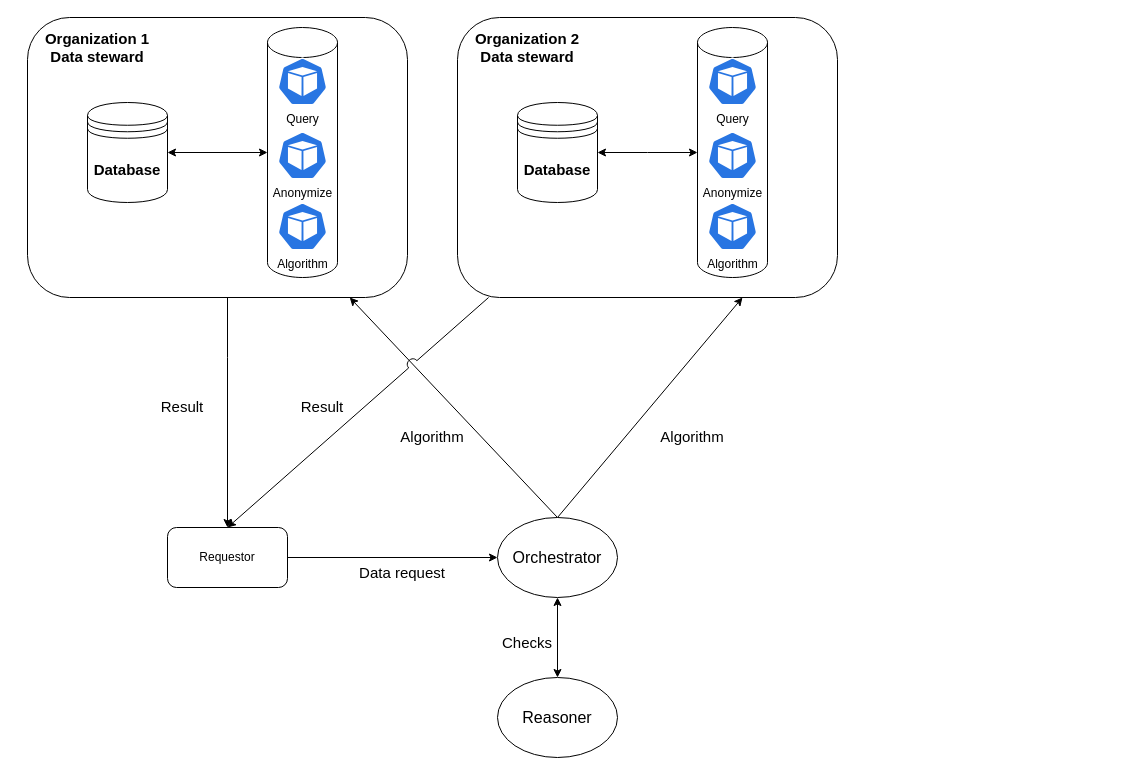
This is docs/drawio/recompose-poster/scenario1.drawio from Jorrit05/DYNAMOS, a draw.io file, before an edit. Source tidied: cells renumbered, new cells numbered last; positions are measured from the earlier drawing's top-left corner, leaving out a move shared by most shapes. Both pictures are drawn from the tidied source at 100%, with x=0, y=0 at pixel (27, 17).
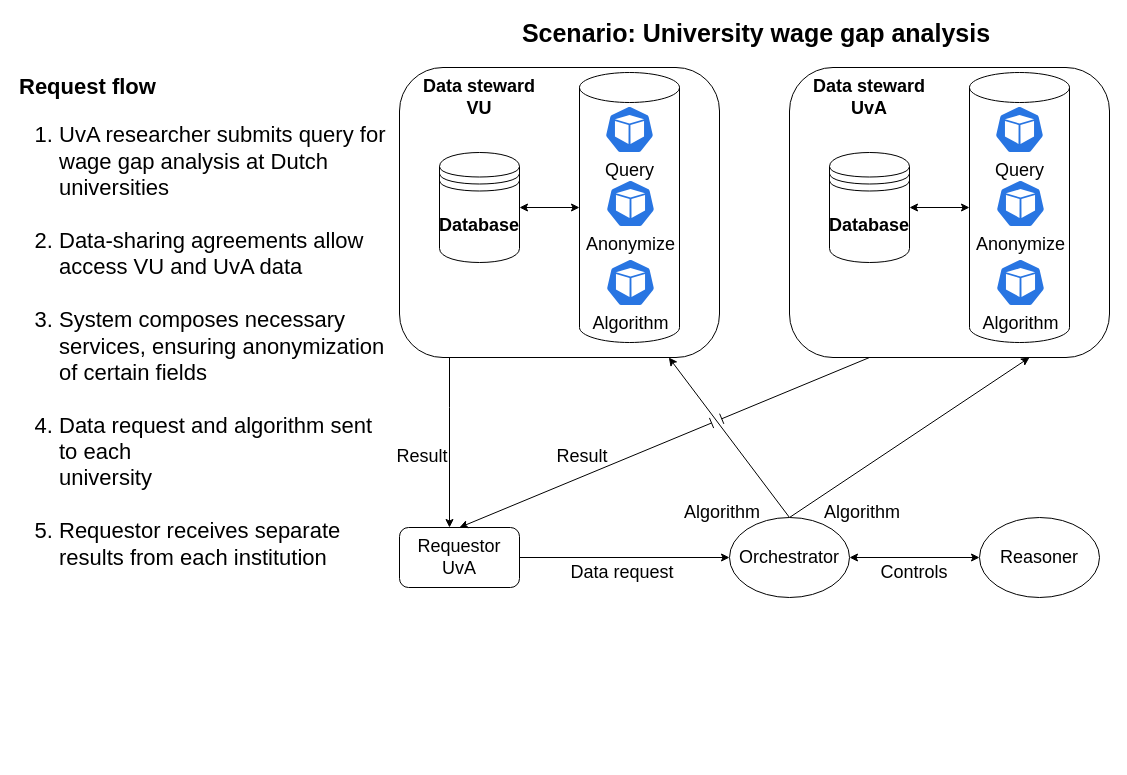
After the change.

The edit, as a diff of the source:
```diff
@@
-    <mxCell id="2" style="edgeStyle=orthogonalEdgeStyle;rounded=0;jettySize=auto;html=1;" parent="1" edge="1" source="3" target="6">
+    <mxCell id="2" style="edgeStyle=orthogonalEdgeStyle;rounded=0;jettySize=auto;html=1;fontSize=18;" parent="1" edge="1" source="3" target="6">
       <mxGeometry relative="1" as="geometry">
         <Array as="points">
-          <mxPoint x="200" y="340" />
-          <mxPoint x="200" y="340" />
+          <mxPoint x="422" y="390" />
+          <mxPoint x="422" y="390" />
         </Array>
       </mxGeometry>
     </mxCell>
-    <mxCell id="3" style="rounded=1;whiteSpace=wrap;html=1;" parent="1" vertex="1">
-      <mxGeometry width="380" height="280" as="geometry" />
-    </mxCell>
-    <mxCell id="4" style="shape=cylinder3;whiteSpace=wrap;html=1;boundedLbl=1;backgroundOutline=1;size=15;" parent="1" vertex="1">
-      <mxGeometry x="240" y="10" width="70" height="250" as="geometry" />
-    </mxCell>
-    <mxCell id="5" style="edgeStyle=orthogonalEdgeStyle;rounded=0;jettySize=auto;html=1;entryX=0;entryY=0.5;entryDx=0;entryDy=0;" parent="1" edge="1" source="6" target="15">
+    <mxCell id="5" style="edgeStyle=orthogonalEdgeStyle;rounded=0;jettySize=auto;html=1;entryX=0;entryY=0.5;entryDx=0;entryDy=0;fontSize=18;" parent="1" edge="1" source="6" target="15">
       <mxGeometry relative="1" as="geometry" />
     </mxCell>
-    <mxCell id="6" value="Requestor" style="rounded=1;whiteSpace=wrap;html=1;" parent="1" vertex="1">
-      <mxGeometry x="140" y="510" width="120" height="60" as="geometry" />
+    <mxCell id="6" value="Requestor&lt;br&gt;UvA" style="rounded=1;whiteSpace=wrap;html=1;fontSize=18;" parent="1" vertex="1">
+      <mxGeometry x="372" y="510" width="120" height="60" as="geometry" />
     </mxCell>
-    <mxCell id="7" value="&lt;b style=&quot;font-size: 15px;&quot;&gt;Organization 1&lt;br&gt;Data steward&lt;/b&gt;" style="text;html=1;strokeColor=none;fillColor=none;align=center;verticalAlign=middle;whiteSpace=wrap;rounded=0;" parent="1" vertex="1">
-      <mxGeometry x="10" y="10" width="120" height="40" as="geometry" />
-    </mxCell>
-    <mxCell id="8" value="Query" style="sketch=0;html=1;dashed=0;whitespace=wrap;fillColor=#2875E2;strokeColor=#ffffff;verticalLabelPosition=bottom;align=center;verticalAlign=top;shape=mxgraph.kubernetes.icon;prIcon=pod;" parent="1" vertex="1">
-      <mxGeometry x="250" y="40" width="50" height="48" as="geometry" />
-    </mxCell>
-    <mxCell id="9" value="Anonymize" style="sketch=0;html=1;dashed=0;whitespace=wrap;fillColor=#2875E2;strokeColor=#ffffff;verticalLabelPosition=bottom;align=center;verticalAlign=top;shape=mxgraph.kubernetes.icon;prIcon=pod;" parent="1" vertex="1">
-      <mxGeometry x="250" y="114" width="50" height="48" as="geometry" />
-    </mxCell>
-    <mxCell id="10" style="edgeStyle=orthogonalEdgeStyle;rounded=0;jettySize=auto;html=1;startArrow=classic;startFill=1;" parent="1" edge="1" source="11" target="4">
-      <mxGeometry relative="1" as="geometry" />
-    </mxCell>
-    <mxCell id="11" value="&lt;font style=&quot;font-size: 15px;&quot;&gt;&lt;b&gt;Database&lt;/b&gt;&lt;/font&gt;" style="shape=datastore;whiteSpace=wrap;html=1;" parent="1" vertex="1">
-      <mxGeometry x="60" y="85" width="80" height="100" as="geometry" />
-    </mxCell>
-    <mxCell id="12" style="rounded=0;jettySize=auto;html=1;exitX=0.5;exitY=0;exitDx=0;exitDy=0;" parent="1" edge="1" source="15" target="3">
+    <mxCell id="12" style="rounded=0;jettySize=auto;html=1;exitX=0.5;exitY=0;exitDx=0;exitDy=0;fontSize=18;" parent="1" edge="1" source="15" target="3">
       <mxGeometry relative="1" as="geometry" />
     </mxCell>
-    <mxCell id="13" style="rounded=0;jettySize=auto;html=1;entryX=0.75;entryY=1;entryDx=0;entryDy=0;exitX=0.5;exitY=0;exitDx=0;exitDy=0;" parent="1" edge="1" source="15" target="18">
+    <mxCell id="13" style="rounded=0;jettySize=auto;html=1;exitX=0.5;exitY=0;exitDx=0;exitDy=0;fontSize=18;entryX=0.75;entryY=1;entryDx=0;entryDy=0;" parent="1" edge="1" source="15" target="36">
       <mxGeometry relative="1" as="geometry" />
     </mxCell>
-    <mxCell id="14" style="edgeStyle=orthogonalEdgeStyle;rounded=0;jettySize=auto;html=1;startArrow=classic;startFill=1;" parent="1" edge="1" source="15" target="24">
+    <mxCell id="14" style="edgeStyle=orthogonalEdgeStyle;rounded=0;jettySize=auto;html=1;startArrow=classic;startFill=1;fontSize=18;" parent="1" edge="1" source="15" target="24">
       <mxGeometry relative="1" as="geometry" />
     </mxCell>
-    <mxCell id="15" value="&lt;font style=&quot;font-size: 16px;&quot;&gt;Orchestrator&lt;/font&gt;" style="ellipse;whiteSpace=wrap;html=1;" parent="1" vertex="1">
-      <mxGeometry x="470" y="500" width="120" height="80" as="geometry" />
+    <mxCell id="15" value="&lt;font style=&quot;font-size: 18px;&quot;&gt;Orchestrator&lt;/font&gt;" style="ellipse;whiteSpace=wrap;html=1;fontSize=18;" parent="1" vertex="1">
+      <mxGeometry x="702" y="500" width="120" height="80" as="geometry" />
     </mxCell>
-    <mxCell id="16" value="&lt;font style=&quot;font-size: 15px;&quot;&gt;Data request&lt;/font&gt;" style="text;html=1;strokeColor=none;fillColor=none;align=center;verticalAlign=middle;whiteSpace=wrap;rounded=0;" parent="1" vertex="1">
-      <mxGeometry x="320" y="540" width="110" height="30" as="geometry" />
+    <mxCell id="16" value="&lt;font style=&quot;font-size: 18px;&quot;&gt;Data request&lt;/font&gt;" style="text;html=1;strokeColor=none;fillColor=none;align=center;verticalAlign=middle;whiteSpace=wrap;rounded=0;fontSize=18;" parent="1" vertex="1">
+      <mxGeometry x="540" y="540" width="110" height="30" as="geometry" />
     </mxCell>
-    <mxCell id="17" style="rounded=0;jettySize=auto;html=1;jumpStyle=arc;jumpSize=11;entryX=0.5;entryY=0;entryDx=0;entryDy=0;" parent="1" edge="1" source="18" target="6">
+    <mxCell id="17" style="rounded=0;jettySize=auto;html=1;jumpStyle=line;jumpSize=11;entryX=0.5;entryY=0;entryDx=0;entryDy=0;fontSize=18;exitX=0.25;exitY=1;exitDx=0;exitDy=0;" parent="1" edge="1" source="36" target="6">
       <mxGeometry relative="1" as="geometry" />
     </mxCell>
-    <mxCell id="18" style="rounded=1;whiteSpace=wrap;html=1;" parent="1" vertex="1">
-      <mxGeometry x="430" width="380" height="280" as="geometry" />
-    </mxCell>
-    <mxCell id="19" value="&lt;b style=&quot;font-size: 15px;&quot;&gt;Organization 2&lt;br&gt;Data steward&lt;/b&gt;" style="text;html=1;strokeColor=none;fillColor=none;align=center;verticalAlign=middle;whiteSpace=wrap;rounded=0;" parent="1" vertex="1">
-      <mxGeometry x="440" y="10" width="120" height="40" as="geometry" />
-    </mxCell>
-    <mxCell id="20" style="edgeStyle=orthogonalEdgeStyle;rounded=0;jettySize=auto;html=1;startArrow=classic;startFill=1;" parent="1" edge="1" source="21">
-      <mxGeometry relative="1" as="geometry">
-        <mxPoint x="670" y="135" as="targetPoint" />
-      </mxGeometry>
-    </mxCell>
-    <mxCell id="21" value="&lt;font style=&quot;font-size: 15px;&quot;&gt;&lt;b&gt;Database&lt;/b&gt;&lt;/font&gt;" style="shape=datastore;whiteSpace=wrap;html=1;" parent="1" vertex="1">
-      <mxGeometry x="490" y="85" width="80" height="100" as="geometry" />
-    </mxCell>
-    <mxCell id="22" value="&lt;font style=&quot;font-size: 15px;&quot;&gt;Algorithm&lt;/font&gt;" style="text;html=1;strokeColor=none;fillColor=none;align=center;verticalAlign=middle;whiteSpace=wrap;rounded=0;" parent="1" vertex="1">
-      <mxGeometry x="610" y="404" width="110" height="30" as="geometry" />
+    <mxCell id="22" value="&lt;font style=&quot;font-size: 18px;&quot;&gt;Algorithm&lt;/font&gt;" style="text;html=1;strokeColor=none;fillColor=none;align=center;verticalAlign=middle;whiteSpace=wrap;rounded=0;fontSize=18;" parent="1" vertex="1">
+      <mxGeometry x="780" y="480" width="110" height="30" as="geometry" />
     </mxCell>
-    <mxCell id="23" value="&lt;font style=&quot;font-size: 15px;&quot;&gt;Algorithm&lt;/font&gt;" style="text;html=1;strokeColor=none;fillColor=none;align=center;verticalAlign=middle;whiteSpace=wrap;rounded=0;" parent="1" vertex="1">
-      <mxGeometry x="350" y="404" width="110" height="30" as="geometry" />
+    <mxCell id="23" value="&lt;font style=&quot;font-size: 18px;&quot;&gt;Algorithm&lt;/font&gt;" style="text;html=1;strokeColor=none;fillColor=none;align=center;verticalAlign=middle;whiteSpace=wrap;rounded=0;fontSize=18;" parent="1" vertex="1">
+      <mxGeometry x="640" y="480" width="110" height="30" as="geometry" />
     </mxCell>
-    <mxCell id="24" value="&lt;font style=&quot;font-size: 16px;&quot;&gt;Reasoner&lt;/font&gt;" style="ellipse;whiteSpace=wrap;html=1;" parent="1" vertex="1">
-      <mxGeometry x="470" y="660" width="120" height="80" as="geometry" />
+    <mxCell id="24" value="&lt;font style=&quot;font-size: 18px;&quot;&gt;Reasoner&lt;/font&gt;" style="ellipse;whiteSpace=wrap;html=1;fontSize=18;" parent="1" vertex="1">
+      <mxGeometry x="952" y="500" width="120" height="80" as="geometry" />
     </mxCell>
-    <mxCell id="25" value="&lt;font style=&quot;font-size: 15px;&quot;&gt;Checks&lt;/font&gt;" style="text;html=1;strokeColor=none;fillColor=none;align=center;verticalAlign=middle;whiteSpace=wrap;rounded=0;" parent="1" vertex="1">
-      <mxGeometry x="445" y="610" width="110" height="30" as="geometry" />
+    <mxCell id="25" value="&lt;font style=&quot;font-size: 18px;&quot;&gt;Controls&lt;/font&gt;" style="text;html=1;strokeColor=none;fillColor=none;align=center;verticalAlign=middle;whiteSpace=wrap;rounded=0;fontSize=18;" parent="1" vertex="1">
+      <mxGeometry x="832" y="540" width="110" height="30" as="geometry" />
     </mxCell>
-    <mxCell id="26" value="&lt;font style=&quot;font-size: 15px;&quot;&gt;Result&lt;/font&gt;" style="text;html=1;strokeColor=none;fillColor=none;align=center;verticalAlign=middle;whiteSpace=wrap;rounded=0;" parent="1" vertex="1">
-      <mxGeometry x="100" y="374" width="110" height="30" as="geometry" />
+    <mxCell id="26" value="&lt;font style=&quot;font-size: 18px;&quot;&gt;Result&lt;/font&gt;" style="text;html=1;strokeColor=none;fillColor=none;align=center;verticalAlign=middle;whiteSpace=wrap;rounded=0;fontSize=18;" parent="1" vertex="1">
+      <mxGeometry x="340" y="424" width="110" height="30" as="geometry" />
     </mxCell>
-    <mxCell id="27" value="&lt;font style=&quot;font-size: 15px;&quot;&gt;Result&lt;/font&gt;" style="text;html=1;strokeColor=none;fillColor=none;align=center;verticalAlign=middle;whiteSpace=wrap;rounded=0;" parent="1" vertex="1">
-      <mxGeometry x="240" y="374" width="110" height="30" as="geometry" />
+    <mxCell id="27" value="&lt;font style=&quot;font-size: 18px;&quot;&gt;Result&lt;/font&gt;" style="text;html=1;strokeColor=none;fillColor=none;align=center;verticalAlign=middle;whiteSpace=wrap;rounded=0;fontSize=18;" parent="1" vertex="1">
+      <mxGeometry x="500" y="424" width="110" height="30" as="geometry" />
     </mxCell>
+    <mxCell id="33" style="group;" parent="1" vertex="1">
+      <mxGeometry x="372" y="50" width="320" height="290" as="geometry" />
+    </mxCell>
+    <mxCell id="3" style="rounded=1;whiteSpace=wrap;html=1;fontSize=18;" parent="33" vertex="1">
+      <mxGeometry width="320" height="290" as="geometry" />
+    </mxCell>
+    <mxCell id="7" value="&lt;b style=&quot;font-size: 18px;&quot;&gt;Data steward&lt;br&gt;VU&lt;br&gt;&lt;/b&gt;" style="text;html=1;strokeColor=none;fillColor=none;align=center;verticalAlign=middle;whiteSpace=wrap;rounded=0;fontSize=18;" parent="33" vertex="1">
+      <mxGeometry x="20" y="10" width="120" height="40" as="geometry" />
+    </mxCell>
+    <mxCell id="11" value="&lt;font style=&quot;font-size: 18px;&quot;&gt;&lt;b style=&quot;font-size: 18px;&quot;&gt;Database&lt;/b&gt;&lt;/font&gt;" style="shape=datastore;whiteSpace=wrap;html=1;fontSize=18;" parent="33" vertex="1">
+      <mxGeometry x="40" y="85" width="80" height="110" as="geometry" />
+    </mxCell>
+    <mxCell id="34" style="group;" parent="33" vertex="1">
+      <mxGeometry x="180" y="5" width="100" height="270" as="geometry" />
+    </mxCell>
+    <mxCell id="4" style="shape=cylinder3;whiteSpace=wrap;html=1;boundedLbl=1;backgroundOutline=1;size=15;fontSize=18;" parent="34" vertex="1">
+      <mxGeometry width="100" height="270" as="geometry" />
+    </mxCell>
+    <mxCell id="8" value="Query" style="sketch=0;html=1;dashed=0;whitespace=wrap;fillColor=#2875E2;strokeColor=#ffffff;verticalLabelPosition=bottom;align=center;verticalAlign=top;shape=mxgraph.kubernetes.icon;prIcon=pod;fontSize=18;" parent="34" vertex="1">
+      <mxGeometry x="25" y="33" width="50" height="48" as="geometry" />
+    </mxCell>
+    <mxCell id="9" value="Anonymize" style="sketch=0;html=1;dashed=0;whitespace=wrap;fillColor=#2875E2;strokeColor=#ffffff;verticalLabelPosition=bottom;align=center;verticalAlign=top;shape=mxgraph.kubernetes.icon;prIcon=pod;fontSize=18;" parent="34" vertex="1">
+      <mxGeometry x="26" y="107" width="50" height="48" as="geometry" />
+    </mxCell>
-    <mxCell id="28" value="Algorithm" style="sketch=0;html=1;dashed=0;whitespace=wrap;fillColor=#2875E2;strokeColor=#ffffff;verticalLabelPosition=bottom;align=center;verticalAlign=top;shape=mxgraph.kubernetes.icon;prIcon=pod;" parent="1" vertex="1">
-      <mxGeometry x="250" y="185" width="50" height="48" as="geometry" />
+    <mxCell id="28" value="Algorithm" style="sketch=0;html=1;dashed=0;whitespace=wrap;fillColor=#2875E2;strokeColor=#ffffff;verticalLabelPosition=bottom;align=center;verticalAlign=top;shape=mxgraph.kubernetes.icon;prIcon=pod;fontSize=18;" parent="34" vertex="1">
+      <mxGeometry x="26" y="186" width="50" height="48" as="geometry" />
     </mxCell>
-    <mxCell id="29" style="shape=cylinder3;whiteSpace=wrap;html=1;boundedLbl=1;backgroundOutline=1;size=15;" parent="1" vertex="1">
-      <mxGeometry x="670" y="10" width="70" height="250" as="geometry" />
-    </mxCell>
+    <mxCell id="10" style="edgeStyle=orthogonalEdgeStyle;rounded=0;jettySize=auto;html=1;startArrow=classic;startFill=1;fontSize=18;" parent="33" edge="1" source="11" target="4">
+      <mxGeometry relative="1" as="geometry" />
+    </mxCell>
+    <mxCell id="35" style="group;" parent="1" vertex="1">
+      <mxGeometry x="762" y="50" width="320" height="290" as="geometry" />
+    </mxCell>
+    <mxCell id="36" style="rounded=1;whiteSpace=wrap;html=1;fontSize=18;" parent="35" vertex="1">
+      <mxGeometry width="320" height="290" as="geometry" />
+    </mxCell>
+    <mxCell id="37" value="&lt;b style=&quot;font-size: 18px;&quot;&gt;Data steward&lt;br&gt;UvA&lt;br&gt;&lt;/b&gt;" style="text;html=1;strokeColor=none;fillColor=none;align=center;verticalAlign=middle;whiteSpace=wrap;rounded=0;fontSize=18;" parent="35" vertex="1">
+      <mxGeometry x="20" y="10" width="120" height="40" as="geometry" />
+    </mxCell>
+    <mxCell id="21" value="&lt;font style=&quot;font-size: 18px;&quot;&gt;&lt;b style=&quot;font-size: 18px;&quot;&gt;Database&lt;/b&gt;&lt;/font&gt;" style="shape=datastore;whiteSpace=wrap;html=1;fontSize=18;" parent="35" vertex="1">
+      <mxGeometry x="40" y="85" width="80" height="110" as="geometry" />
+    </mxCell>
+    <mxCell id="38" style="group;" parent="35" vertex="1">
+      <mxGeometry x="180" y="5" width="100" height="270" as="geometry" />
+    </mxCell>
+    <mxCell id="39" style="shape=cylinder3;whiteSpace=wrap;html=1;boundedLbl=1;backgroundOutline=1;size=15;fontSize=18;" parent="38" vertex="1">
+      <mxGeometry width="100" height="270" as="geometry" />
+    </mxCell>
-    <mxCell id="30" value="Query" style="sketch=0;html=1;dashed=0;whitespace=wrap;fillColor=#2875E2;strokeColor=#ffffff;verticalLabelPosition=bottom;align=center;verticalAlign=top;shape=mxgraph.kubernetes.icon;prIcon=pod;" parent="1" vertex="1">
-      <mxGeometry x="680" y="40" width="50" height="48" as="geometry" />
+    <mxCell id="30" value="Query" style="sketch=0;html=1;dashed=0;whitespace=wrap;fillColor=#2875E2;strokeColor=#ffffff;verticalLabelPosition=bottom;align=center;verticalAlign=top;shape=mxgraph.kubernetes.icon;prIcon=pod;fontSize=18;" parent="38" vertex="1">
+      <mxGeometry x="25" y="33" width="50" height="48" as="geometry" />
     </mxCell>
-    <mxCell id="31" value="Anonymize" style="sketch=0;html=1;dashed=0;whitespace=wrap;fillColor=#2875E2;strokeColor=#ffffff;verticalLabelPosition=bottom;align=center;verticalAlign=top;shape=mxgraph.kubernetes.icon;prIcon=pod;" parent="1" vertex="1">
-      <mxGeometry x="680" y="114" width="50" height="48" as="geometry" />
+    <mxCell id="31" value="Anonymize" style="sketch=0;html=1;dashed=0;whitespace=wrap;fillColor=#2875E2;strokeColor=#ffffff;verticalLabelPosition=bottom;align=center;verticalAlign=top;shape=mxgraph.kubernetes.icon;prIcon=pod;fontSize=18;" parent="38" vertex="1">
+      <mxGeometry x="26" y="107" width="50" height="48" as="geometry" />
     </mxCell>
-    <mxCell id="32" value="Algorithm" style="sketch=0;html=1;dashed=0;whitespace=wrap;fillColor=#2875E2;strokeColor=#ffffff;verticalLabelPosition=bottom;align=center;verticalAlign=top;shape=mxgraph.kubernetes.icon;prIcon=pod;" parent="1" vertex="1">
-      <mxGeometry x="680" y="185" width="50" height="48" as="geometry" />
+    <mxCell id="32" value="Algorithm" style="sketch=0;html=1;dashed=0;whitespace=wrap;fillColor=#2875E2;strokeColor=#ffffff;verticalLabelPosition=bottom;align=center;verticalAlign=top;shape=mxgraph.kubernetes.icon;prIcon=pod;fontSize=18;" parent="38" vertex="1">
+      <mxGeometry x="26" y="186" width="50" height="48" as="geometry" />
     </mxCell>
+    <mxCell id="40" style="edgeStyle=orthogonalEdgeStyle;rounded=0;jettySize=auto;html=1;startArrow=classic;startFill=1;fontSize=18;" parent="35" edge="1" source="21" target="39">
+      <mxGeometry relative="1" as="geometry" />
+    </mxCell>
+    <mxCell id="41" value="&lt;div style=&quot;font-size: 22px;&quot;&gt;&lt;b style=&quot;&quot;&gt;&lt;font style=&quot;font-size: 22px;&quot;&gt;Request flow&lt;/font&gt;&lt;/b&gt;&lt;/div&gt;&lt;ol style=&quot;font-size: 22px;&quot;&gt;&lt;li style=&quot;&quot;&gt;&lt;font style=&quot;font-size: 22px;&quot;&gt;UvA researcher submits query for wage gap analysis at Dutch universities&lt;br&gt;&lt;br&gt;&lt;/font&gt;&lt;/li&gt;&lt;li style=&quot;&quot;&gt;&lt;font style=&quot;font-size: 22px;&quot;&gt;Data-sharing agreements allow access VU and UvA data&lt;br&gt;&lt;br&gt;&lt;/font&gt;&lt;/li&gt;&lt;li style=&quot;&quot;&gt;&lt;font style=&quot;font-size: 22px;&quot;&gt;System composes necessary services, ensuring anonymization of certain fields&lt;br&gt;&lt;br&gt;&lt;/font&gt;&lt;/li&gt;&lt;li style=&quot;&quot;&gt;&lt;font style=&quot;font-size: 22px;&quot;&gt;Data request and algorithm sent to each &lt;br&gt;university&lt;br&gt;&lt;br&gt;&lt;/font&gt;&lt;/li&gt;&lt;li style=&quot;&quot;&gt;&lt;font style=&quot;font-size: 22px;&quot;&gt;Requestor receives separate results from each institution&lt;/font&gt;&lt;/li&gt;&lt;/ol&gt;" style="text;whiteSpace=wrap;html=1;" parent="1" vertex="1">
+      <mxGeometry x="-10" y="50" width="370" height="240" as="geometry" />
+    </mxCell>
+    <mxCell id="42" value="&lt;b&gt;&lt;font style=&quot;font-size: 25px;&quot;&gt;Scenario: University wage gap analysis&lt;/font&gt;&lt;/b&gt;" style="text;html=1;strokeColor=none;fillColor=none;align=center;verticalAlign=middle;whiteSpace=wrap;rounded=0;" parent="1" vertex="1">
+      <mxGeometry x="410" width="638" height="30" as="geometry" />
+    </mxCell>
```
